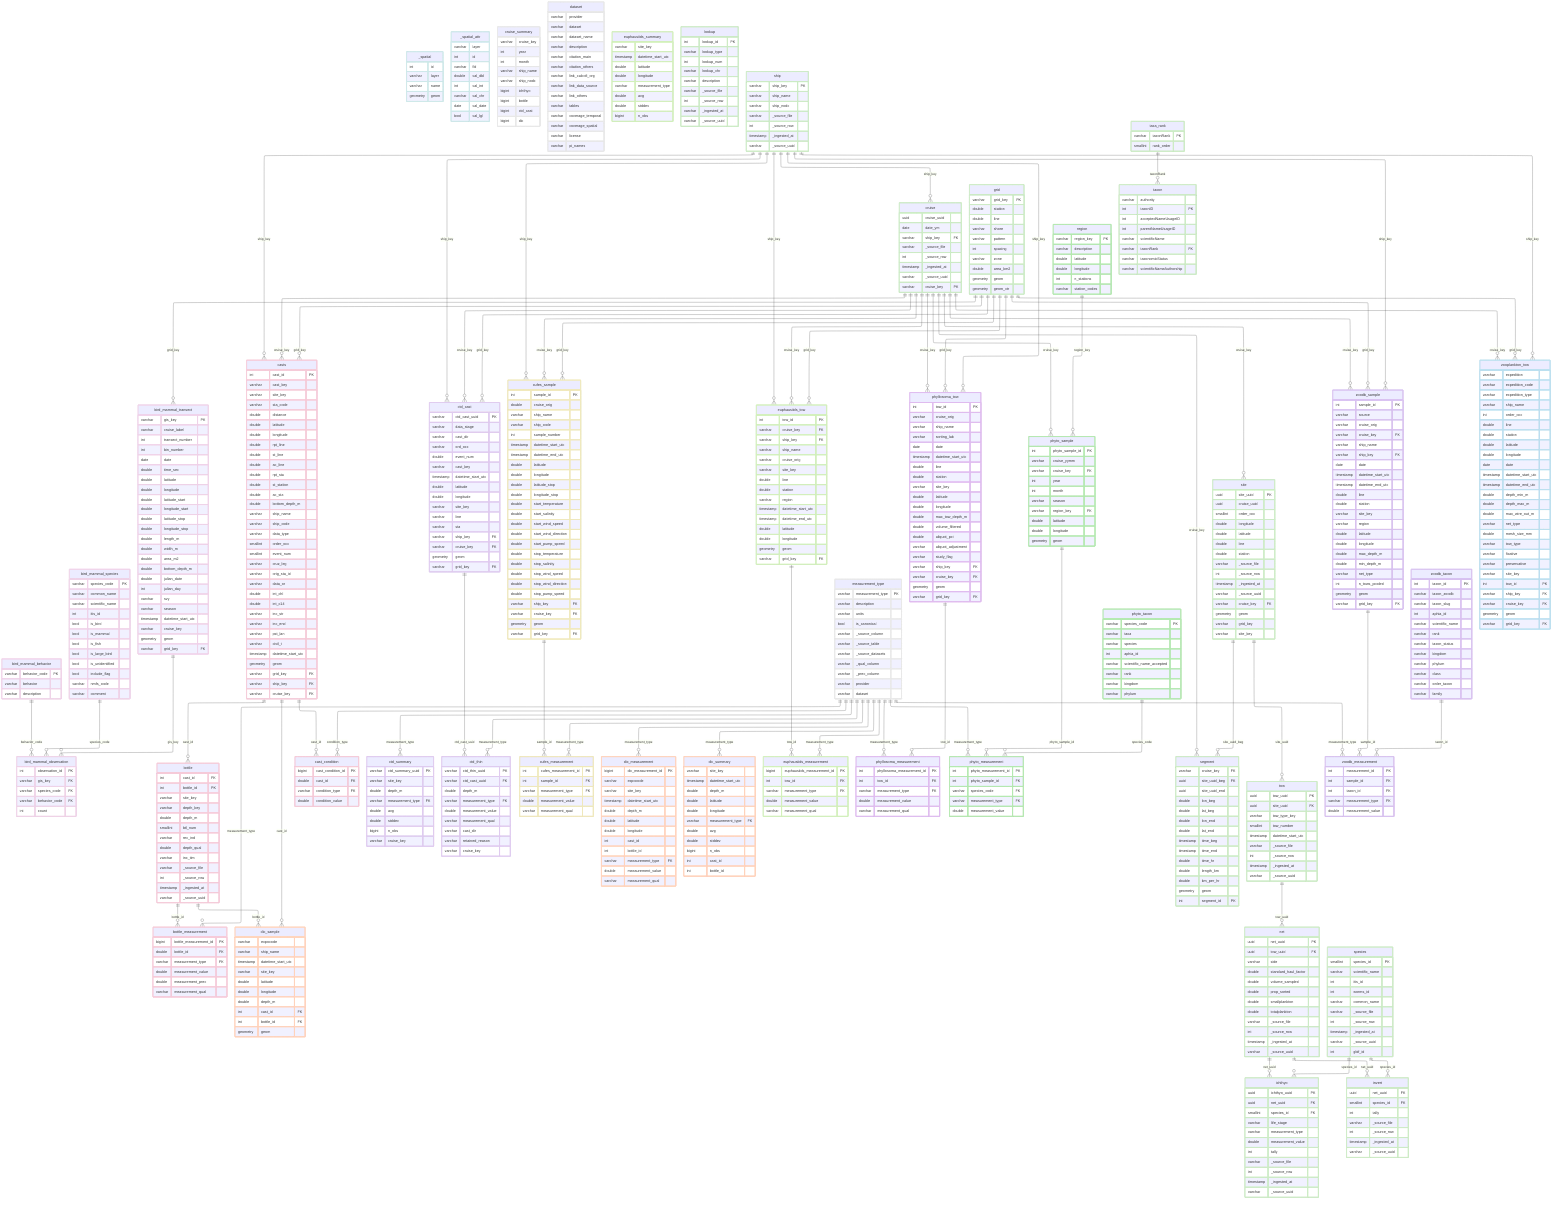
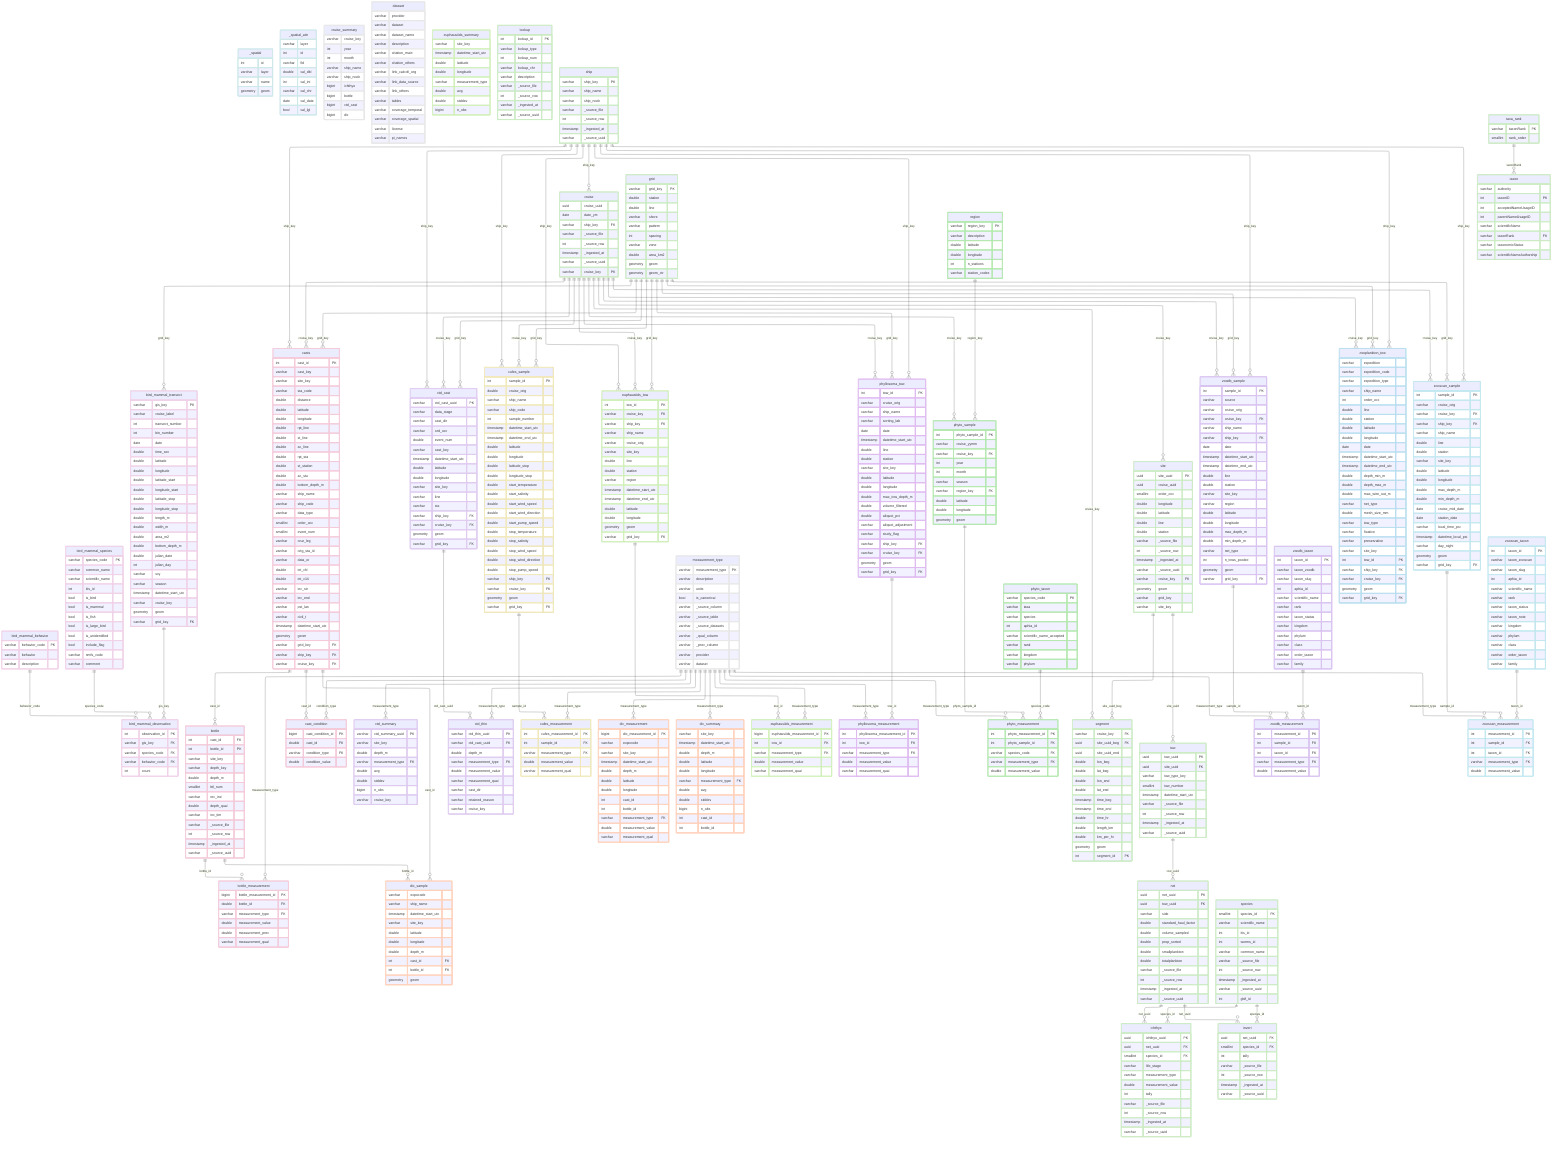
---
config:
  layout: elk
---
erDiagram
    _spatial {
        int id
        varchar layer
        varchar name
        geometry geom
    }
    _spatial_attr {
        varchar layer
        int id
        varchar fld
        double val_dbl
        int val_int
        varchar val_chr
        date val_date
        bool val_lgl
    }
    bird_mammal_behavior {
        varchar behavior_code PK
        varchar behavior
        varchar description
    }
    bird_mammal_observation {
        int observation_id PK
        varchar gis_key FK
        varchar species_code FK
        varchar behavior_code FK
        int count
    }
    bird_mammal_species {
        varchar species_code PK
        varchar common_name
        varchar scientific_name
        int itis_id
        bool is_bird
        bool is_mammal
        bool is_fish
        bool is_large_bird
        bool is_unidentified
        bool include_flag
        varchar nmfs_code
        varchar comment
    }
    bird_mammal_transect {
        varchar gis_key PK
        varchar cruise_label
        int transect_number
        int bin_number
        date date
        double time_sec
        double latitude
        double longitude
        double latitude_start
        double longitude_start
        double latitude_stop
        double longitude_stop
        double length_m
        double width_m
        double area_m2
        double bottom_depth_m
        double julian_date
        int julian_day
        varchar svy
        varchar season
        timestamp datetime_start_utc
        varchar cruise_key
        geometry geom
        varchar grid_key FK
    }
    bottle {
        int cast_id FK
        int bottle_id PK
        varchar site_key
        varchar depth_key
        double depth_m
        smallint btl_num
        varchar rec_ind
        double depth_qual
        varchar inc_tim
        varchar _source_file
        int _source_row
        timestamp _ingested_at
        varchar _source_uuid
    }
    bottle_measurement {
        bigint bottle_measurement_id PK
        double bottle_id FK
        varchar measurement_type FK
        double measurement_value
        double measurement_prec
        varchar measurement_qual
    }
    cast_condition {
        bigint cast_condition_id PK
        double cast_id FK
        varchar condition_type FK
        double condition_value
    }
    casts {
        int cast_id PK
        varchar cast_key
        varchar site_key
        varchar sta_code
        double distance
        double latitude
        double longitude
        double rpt_line
        double st_line
        double ac_line
        double rpt_sta
        double st_station
        double ac_sta
        double bottom_depth_m
        varchar ship_name
        varchar ship_code
        varchar data_type
        smallint order_occ
        smallint event_num
        varchar cruz_leg
        varchar orig_sta_id
        varchar data_or
        double int_chl
        double int_c14
        varchar inc_str
        varchar inc_end
        varchar pst_lan
        varchar civil_t
        timestamp datetime_start_utc
        geometry geom
        varchar grid_key FK
        varchar ship_key FK
        varchar cruise_key FK
    }
    cruise {
        uuid cruise_uuid
        date date_ym
        varchar ship_key FK
        varchar _source_file
        int _source_row
        timestamp _ingested_at
        varchar _source_uuid
        varchar cruise_key PK
    }
    cruise_summary {
        varchar cruise_key
        int year
        int month
        varchar ship_name
        varchar ship_nodc
        bigint ichthyo
        bigint bottle
        bigint ctd_cast
        bigint dic
    }
    ctd_cast {
        varchar ctd_cast_uuid PK
        varchar data_stage
        varchar cast_dir
        varchar ord_occ
        double event_num
        varchar cast_key
        timestamp datetime_start_utc
        double latitude
        double longitude
        varchar site_key
        varchar line
        varchar sta
        varchar ship_key FK
        varchar cruise_key FK
        geometry geom
        varchar grid_key FK
    }
    ctd_summary {
        varchar ctd_summary_uuid PK
        varchar site_key
        double depth_m
        varchar measurement_type FK
        double avg
        double stddev
        bigint n_obs
        varchar cruise_key
    }
    ctd_thin {
        varchar ctd_thin_uuid PK
        varchar ctd_cast_uuid FK
        double depth_m
        varchar measurement_type FK
        double measurement_value
        varchar measurement_qual
        varchar cast_dir
        varchar retained_reason
        varchar cruise_key
    }
    cufes_measurement {
        int cufes_measurement_id PK
        int sample_id FK
        varchar measurement_type FK
        double measurement_value
        varchar measurement_qual
    }
    cufes_sample {
        int sample_id PK
        double cruise_orig
        varchar ship_name
        varchar ship_code
        int sample_number
        timestamp datetime_start_utc
        timestamp datetime_end_utc
        double latitude
        double longitude
        double latitude_stop
        double longitude_stop
        double start_temperature
        double start_salinity
        double start_wind_speed
        double start_wind_direction
        double start_pump_speed
        double stop_temperature
        double stop_salinity
        double stop_wind_speed
        double stop_wind_direction
        double stop_pump_speed
        varchar ship_key FK
        varchar cruise_key FK
        geometry geom
        varchar grid_key FK
    }
    dataset {
        varchar provider
        varchar dataset
        varchar dataset_name
        varchar description
        varchar citation_main
        varchar citation_others
        varchar link_calcofi_org
        varchar link_data_source
        varchar link_others
        varchar tables
        varchar coverage_temporal
        varchar coverage_spatial
        varchar license
        varchar pi_names
    }
    dic_measurement {
        bigint dic_measurement_id PK
        varchar expocode
        varchar site_key
        timestamp datetime_start_utc
        double depth_m
        double latitude
        double longitude
        int cast_id
        int bottle_id
        varchar measurement_type FK
        double measurement_value
        varchar measurement_qual
    }
    dic_sample {
        varchar expocode
        varchar ship_name
        timestamp datetime_start_utc
        varchar site_key
        double latitude
        double longitude
        double depth_m
        int cast_id FK
        int bottle_id FK
        geometry geom
    }
    dic_summary {
        varchar site_key
        timestamp datetime_start_utc
        double depth_m
        double latitude
        double longitude
        varchar measurement_type FK
        double avg
        double stddev
        bigint n_obs
        int cast_id
        int bottle_id
    }
    euphausiids_measurement {
        bigint euphausiids_measurement_id PK
        int tow_id FK
        varchar measurement_type FK
        double measurement_value
        varchar measurement_qual
    }
    euphausiids_summary {
        varchar site_key
        timestamp datetime_start_utc
        double latitude
        double longitude
        varchar measurement_type
        double avg
        double stddev
        bigint n_obs
    }
    euphausiids_tow {
        int tow_id PK
        varchar cruise_key FK
        varchar ship_key FK
        varchar ship_name
        varchar cruise_orig
        varchar site_key
        double line
        double station
        varchar region
        timestamp datetime_start_utc
        timestamp datetime_end_utc
        double latitude
        double longitude
        geometry geom
        varchar grid_key FK
    }
    grid {
        varchar grid_key PK
        double station
        double line
        varchar shore
        varchar pattern
        int spacing
        varchar zone
        double area_km2
        geometry geom
        geometry geom_ctr
    }
    ichthyo {
        uuid ichthyo_uuid PK
        uuid net_uuid FK
        smallint species_id FK
        varchar life_stage
        varchar measurement_type
        double measurement_value
        int tally
        varchar _source_file
        int _source_row
        timestamp _ingested_at
        varchar _source_uuid
    }
    invert {
        uuid net_uuid FK
        smallint species_id FK
        int tally
        varchar _source_file
        int _source_row
        timestamp _ingested_at
        varchar _source_uuid
    }
    lookup {
        int lookup_id PK
        varchar lookup_type
        int lookup_num
        varchar lookup_chr
        varchar description
        varchar _source_file
        int _source_row
        varchar _ingested_at
        varchar _source_uuid
    }
    measurement_type {
        varchar measurement_type PK
        varchar description
        varchar units
        bool is_canonical
        varchar _source_column
        varchar _source_table
        varchar _source_datasets
        varchar _qual_column
        varchar _prec_column
        varchar provider
        varchar dataset
    }
    net {
        uuid net_uuid PK
        uuid tow_uuid FK
        varchar side
        double standard_haul_factor
        double volume_sampled
        double prop_sorted
        double smallplankton
        double totalplankton
        varchar _source_file
        int _source_row
        timestamp _ingested_at
        varchar _source_uuid
    }
    phyllosoma_measurement {
        int phyllosoma_measurement_id PK
        int tow_id FK
        varchar measurement_type FK
        double measurement_value
        varchar measurement_qual
    }
    phyllosoma_tow {
        int tow_id PK
        varchar cruise_orig
        varchar ship_name
        varchar sorting_lab
        date date
        timestamp datetime_start_utc
        double line
        double station
        varchar site_key
        double latitude
        double longitude
        double max_tow_depth_m
        double volume_filtered
        double aliquot_pct
        varchar aliquot_adjustment
        varchar study_flag
        varchar ship_key FK
        varchar cruise_key FK
        geometry geom
        varchar grid_key FK
    }
    phyto_measurement {
        int phyto_measurement_id PK
        int phyto_sample_id FK
        varchar species_code FK
        varchar measurement_type FK
        double measurement_value
    }
    phyto_sample {
        int phyto_sample_id PK
        varchar cruise_yymm
        varchar cruise_key FK
        int year
        int month
        varchar season
        varchar region_key FK
        double latitude
        double longitude
        geometry geom
    }
    phyto_taxon {
        varchar species_code PK
        varchar taxa
        varchar species
        int aphia_id
        varchar scientific_name_accepted
        varchar rank
        varchar kingdom
        varchar phylum
    }
    region {
        varchar region_key PK
        varchar description
        double latitude
        double longitude
        int n_stations
        varchar station_codes
    }
    segment {
        varchar cruise_key FK
        uuid site_uuid_beg FK
        uuid site_uuid_end
        double lon_beg
        double lat_beg
        double lon_end
        double lat_end
        timestamp time_beg
        timestamp time_end
        double time_hr
        double length_km
        double km_per_hr
        geometry geom
        int segment_id PK
    }
    ship {
        varchar ship_key PK
        varchar ship_name
        varchar ship_nodc
        varchar _source_file
        int _source_row
        timestamp _ingested_at
        varchar _source_uuid
    }
    site {
        uuid site_uuid PK
        uuid cruise_uuid
        smallint order_occ
        double longitude
        double latitude
        double line
        double station
        varchar _source_file
        int _source_row
        timestamp _ingested_at
        varchar _source_uuid
        varchar cruise_key FK
        geometry geom
        varchar grid_key
        varchar site_key
    }
    species {
        smallint species_id PK
        varchar scientific_name
        int itis_id
        int worms_id
        varchar common_name
        varchar _source_file
        int _source_row
        timestamp _ingested_at
        varchar _source_uuid
        int gbif_id
    }
    taxa_rank {
        varchar taxonRank PK
        smallint rank_order
    }
    taxon {
        varchar authority
        int taxonID PK
        int acceptedNameUsageID
        int parentNameUsageID
        varchar scientificName
        varchar taxonRank FK
        varchar taxonomicStatus
        varchar scientificNameAuthorship
    }
    tow {
        uuid tow_uuid PK
        uuid site_uuid FK
        varchar tow_type_key
        smallint tow_number
        timestamp datetime_start_utc
        varchar _source_file
        int _source_row
        timestamp _ingested_at
        varchar _source_uuid
    }
    zoodb_measurement {
        int measurement_id PK
        int sample_id FK
        int taxon_id FK
        varchar measurement_type FK
        double measurement_value
    }
    zoodb_sample {
        int sample_id PK
        varchar source
        varchar cruise_orig
        varchar cruise_key FK
        varchar ship_name
        varchar ship_key FK
        date date
        timestamp datetime_start_utc
        timestamp datetime_end_utc
        double line
        double station
        varchar site_key
        varchar region
        double latitude
        double longitude
        double max_depth_m
        double min_depth_m
        varchar net_type
        int n_tows_pooled
        geometry geom
        varchar grid_key FK
    }
    zoodb_taxon {
        int taxon_id PK
        varchar taxon_zoodb
        varchar taxon_slug
        int aphia_id
        varchar scientific_name
        varchar rank
        varchar taxon_status
        varchar kingdom
        varchar phylum
        varchar class
        varchar order_taxon
        varchar family
    }
    zooplankton_tow {
        varchar expedition
        varchar expedition_code
        varchar expedition_type
        varchar ship_name
        int order_occ
        double line
        double station
        double latitude
        double longitude
        date date
        timestamp datetime_start_utc
        timestamp datetime_end_utc
        double depth_min_m
        double depth_max_m
        double max_wire_out_m
        varchar net_type
        double mesh_size_mm
        varchar tow_type
        varchar fixative
        varchar preservative
        varchar site_key
        int tow_id PK
        varchar ship_key FK
        varchar cruise_key FK
        geometry geom
        varchar grid_key FK
+     }
+     zooscan_measurement {
+         int measurement_id PK
+         int sample_id FK
+         int taxon_id FK
+         varchar measurement_type FK
+         double measurement_value
+     }
+     zooscan_sample {
+         int sample_id PK
+         varchar cruise_orig
+         varchar cruise_key FK
+         varchar ship_key FK
+         varchar ship_name
+         double line
+         double station
+         varchar site_key
+         double latitude
+         double longitude
+         double max_depth_m
+         double min_depth_m
+         date cruise_mid_date
+         date station_date
+         varchar local_time_pst
+         timestamp datetime_local_pst
+         varchar day_night
+         geometry geom
+         varchar grid_key FK
+     }
+     zooscan_taxon {
+         int taxon_id PK
+         varchar taxon_zooscan
+         varchar taxon_slug
+         int aphia_id
+         varchar scientific_name
+         varchar rank
+         varchar taxon_status
+         varchar taxon_note
+         varchar kingdom
+         varchar phylum
+         varchar class
+         varchar order_taxon
+         varchar family
    }
    bird_mammal_transect ||--o{ bird_mammal_observation : "gis_key"
    bird_mammal_species ||--o{ bird_mammal_observation : "species_code"
    bird_mammal_behavior ||--o{ bird_mammal_observation : "behavior_code"
    casts ||--o{ bottle : "cast_id"
    bottle ||--o{ bottle_measurement : "bottle_id"
    measurement_type ||--o{ bottle_measurement : "measurement_type"
    casts ||--o{ cast_condition : "cast_id"
    measurement_type ||--o{ cast_condition : "condition_type"
    ctd_cast ||--o{ ctd_thin : "ctd_cast_uuid"
    measurement_type ||--o{ ctd_thin : "measurement_type"
    measurement_type ||--o{ ctd_summary : "measurement_type"
    measurement_type ||--o{ dic_measurement : "measurement_type"
    measurement_type ||--o{ dic_summary : "measurement_type"
    phyllosoma_tow ||--o{ phyllosoma_measurement : "tow_id"
    measurement_type ||--o{ phyllosoma_measurement : "measurement_type"
    region ||--o{ phyto_sample : "region_key"
    phyto_sample ||--o{ phyto_measurement : "phyto_sample_id"
    phyto_taxon ||--o{ phyto_measurement : "species_code"
    measurement_type ||--o{ phyto_measurement : "measurement_type"
    euphausiids_tow ||--o{ euphausiids_measurement : "tow_id"
    measurement_type ||--o{ euphausiids_measurement : "measurement_type"
    zoodb_sample ||--o{ zoodb_measurement : "sample_id"
    zoodb_taxon ||--o{ zoodb_measurement : "taxon_id"
    measurement_type ||--o{ zoodb_measurement : "measurement_type"
+     zooscan_sample ||--o{ zooscan_measurement : "sample_id"
+     zooscan_taxon ||--o{ zooscan_measurement : "taxon_id"
+     measurement_type ||--o{ zooscan_measurement : "measurement_type"
    cufes_sample ||--o{ cufes_measurement : "sample_id"
    measurement_type ||--o{ cufes_measurement : "measurement_type"
    net ||--o{ ichthyo : "net_uuid"
    species ||--o{ ichthyo : "species_id"
    tow ||--o{ net : "tow_uuid"
    site ||--o{ tow : "site_uuid"
    cruise ||--o{ site : "cruise_key"
    ship ||--o{ cruise : "ship_key"
    taxa_rank ||--o{ taxon : "taxonRank"
    cruise ||--o{ segment : "cruise_key"
    site ||--o{ segment : "site_uuid_beg"
    net ||--o{ invert : "net_uuid"
    species ||--o{ invert : "species_id"
    cruise ||--o{ casts : "cruise_key"
    ship ||--o{ casts : "ship_key"
    grid ||--o{ casts : "grid_key"
    cruise ||--o{ ctd_cast : "cruise_key"
    ship ||--o{ ctd_cast : "ship_key"
    grid ||--o{ ctd_cast : "grid_key"
    casts ||--o{ dic_sample : "cast_id"
    bottle ||--o{ dic_sample : "bottle_id"
    cruise ||--o{ euphausiids_tow : "cruise_key"
    ship ||--o{ euphausiids_tow : "ship_key"
    grid ||--o{ euphausiids_tow : "grid_key"
    cruise ||--o{ zooplankton_tow : "cruise_key"
    ship ||--o{ zooplankton_tow : "ship_key"
    grid ||--o{ zooplankton_tow : "grid_key"
    grid ||--o{ bird_mammal_transect : "grid_key"
    cruise ||--o{ cufes_sample : "cruise_key"
    ship ||--o{ cufes_sample : "ship_key"
    grid ||--o{ cufes_sample : "grid_key"
    cruise ||--o{ phyllosoma_tow : "cruise_key"
    ship ||--o{ phyllosoma_tow : "ship_key"
    grid ||--o{ phyllosoma_tow : "grid_key"
    cruise ||--o{ phyto_sample : "cruise_key"
    cruise ||--o{ zoodb_sample : "cruise_key"
    ship ||--o{ zoodb_sample : "ship_key"
    grid ||--o{ zoodb_sample : "grid_key"
+     cruise ||--o{ zooscan_sample : "cruise_key"
+     ship ||--o{ zooscan_sample : "ship_key"
+     grid ||--o{ zooscan_sample : "grid_key"
    classDef _f0d2e8 stroke:#f0d2e8,stroke-width:3px
    class bird_mammal_transect,bird_mammal_observation,bird_mammal_species,bird_mammal_behavior _f0d2e8
    classDef _f5cad9 stroke:#f5cad9,stroke-width:3px
    class casts,bottle,bottle_measurement,cast_condition _f5cad9
    classDef _e8e8e8 stroke:#e8e8e8,stroke-width:3px
    class measurement_type,dataset,cruise_summary _e8e8e8
    classDef _e0ccf0 stroke:#e0ccf0,stroke-width:3px
    class ctd_cast,ctd_thin,ctd_summary _e0ccf0
    classDef _ffd2bb stroke:#ffd2bb,stroke-width:3px
    class dic_sample,dic_measurement,dic_summary _ffd2bb
    classDef _e0bbf0 stroke:#e0bbf0,stroke-width:3px
    class phyllosoma_tow,phyllosoma_measurement _e0bbf0
    classDef _b5e8b0 stroke:#b5e8b0,stroke-width:3px
    class phyto_sample,phyto_measurement,phyto_taxon,region _b5e8b0
    classDef _d2f0bb stroke:#d2f0bb,stroke-width:3px
    class euphausiids_tow,euphausiids_measurement,euphausiids_summary _d2f0bb
    classDef _d9c2f0 stroke:#d9c2f0,stroke-width:3px
    class zoodb_sample,zoodb_measurement,zoodb_taxon _d9c2f0
+     classDef _c2e8f0 stroke:#c2e8f0,stroke-width:3px
+     class zooscan_sample,zooscan_measurement,zooscan_taxon _c2e8f0
    classDef _bbe0f0 stroke:#bbe0f0,stroke-width:3px
    class zooplankton_tow _bbe0f0
    classDef _f0e8bb stroke:#f0e8bb,stroke-width:3px
    class cufes_sample,cufes_measurement _f0e8bb
    classDef _cdebc6 stroke:#cdebc6,stroke-width:3px
    class cruise,ship,site,tow,net,ichthyo,species,taxon,taxa_rank,lookup,grid,segment,invert _cdebc6
    classDef _cfe8ea stroke:#cfe8ea,stroke-width:3px
    class _spatial,_spatial_attr _cfe8ea
